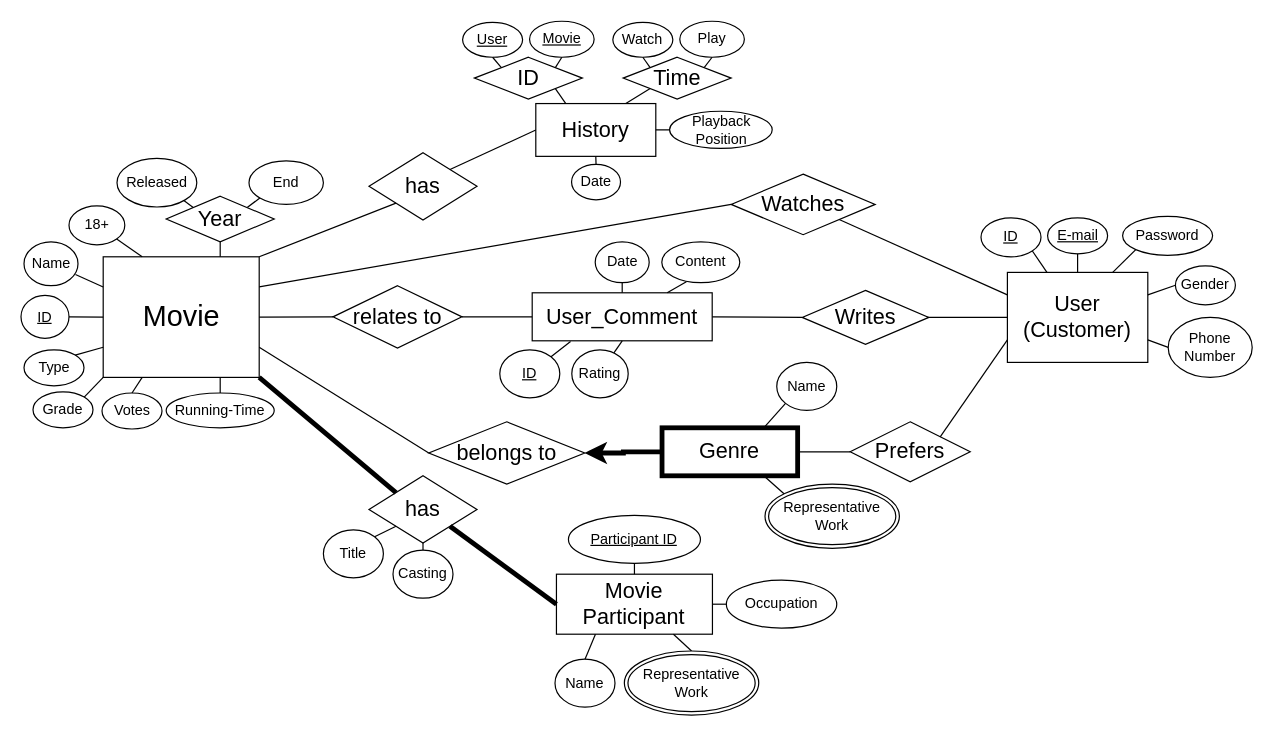
hjpark83/DBMS keeps this draw.io diagram as page "ER" (1 of 2) of Assignment1_ER_Modeling/Movie.drawio. Above is the earlier version. Source tidied: cells renumbered, new cells numbered last; positions are measured from the earlier drawing's top-left corner, leaving out a move shared by most shapes. Both pictures are drawn from the tidied source at 120%, with x=0, y=0 at pixel (20, 20).
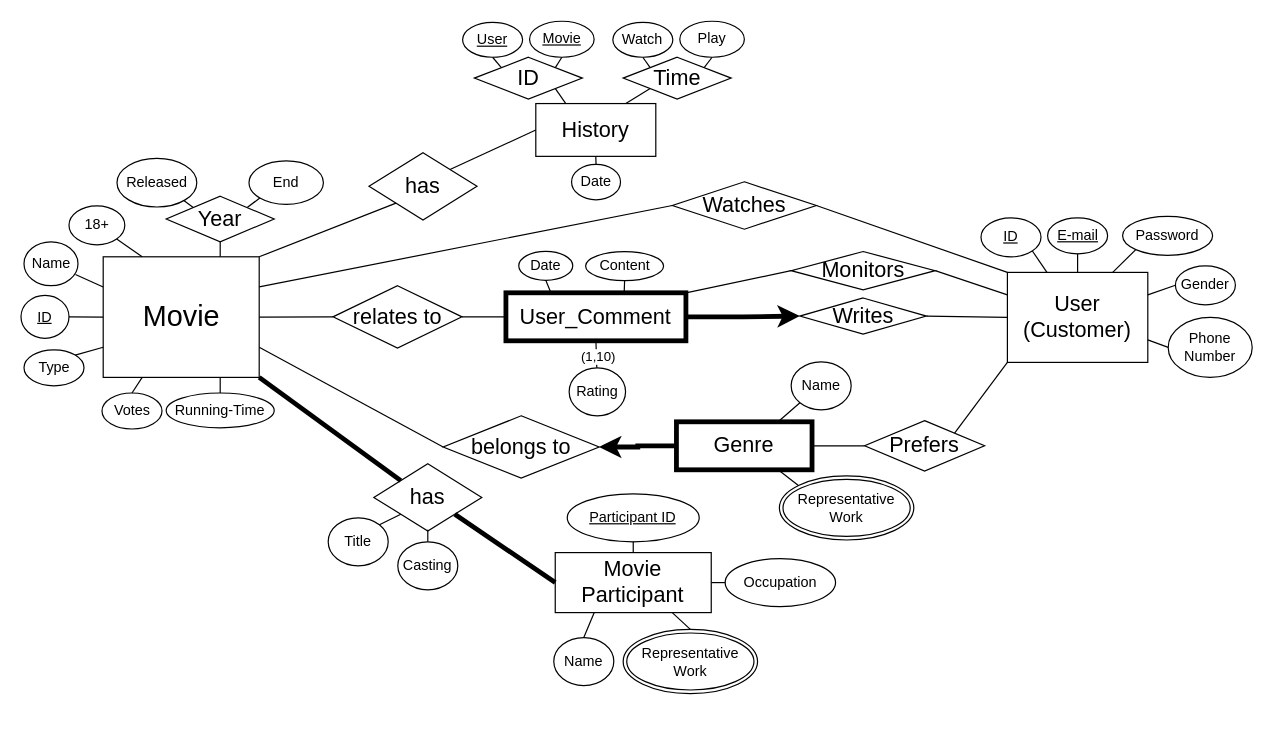
The same diagram, later.

Unchanged cells that the change refers to:
```xml
<mxCell id="4" value="&lt;span style=&quot;font-size: 18px;&quot;&gt;User&lt;br&gt;(Customer)&lt;/span&gt;" style="whiteSpace=wrap;html=1;align=center;rounded=0;" parent="1" vertex="1">
  <mxGeometry x="822" y="209.5" width="117" height="75" as="geometry" />
</mxCell>
<mxCell id="20" value="&lt;font style=&quot;font-size: 24px;&quot;&gt;Movie&lt;/font&gt;" style="whiteSpace=wrap;html=1;align=center;rounded=0;" parent="1" vertex="1">
  <mxGeometry x="68.5" y="196.5" width="130" height="100.5" as="geometry" />
</mxCell>
<mxCell id="35" style="endArrow=none;html=1;rounded=1;exitX=0.5;exitY=1;exitDx=0;exitDy=0;" parent="1" edge="1" source="22" target="23">
  <mxGeometry relative="1" as="geometry" />
</mxCell>
<mxCell id="51" value="&lt;font style=&quot;font-size: 18px;&quot;&gt;History&lt;/font&gt;" style="whiteSpace=wrap;html=1;align=center;rounded=0;" parent="1" vertex="1">
  <mxGeometry x="429" y="68.8" width="100" height="44" as="geometry" />
</mxCell>
```

Diff of the diagram source:
```diff
@@
-    <mxCell id="3" style="edgeStyle=orthogonalEdgeStyle;rounded=0;jettySize=auto;html=1;" parent="1" edge="1" source="4">
-      <mxGeometry relative="1" as="geometry">
-        <mxPoint x="727.5" y="247" as="targetPoint" />
-      </mxGeometry>
-    </mxCell>
@@
     <mxCell id="5" value="&lt;font style=&quot;font-size: 18px;&quot;&gt;Movie Participant&lt;/font&gt;" style="whiteSpace=wrap;html=1;align=center;rounded=0;" parent="1" vertex="1">
-      <mxGeometry x="446.2" y="461" width="130" height="50" as="geometry" />
+      <mxGeometry x="445.2" y="443" width="130" height="50" as="geometry" />
     </mxCell>
@@
     <mxCell id="21" value="&lt;font style=&quot;font-size: 18px;&quot;&gt;Prefers&lt;/font&gt;" style="shape=rhombus;perimeter=rhombusPerimeter;whiteSpace=wrap;html=1;align=center;rounded=0;" parent="1" vertex="1">
-      <mxGeometry x="691" y="334" width="100" height="50" as="geometry" />
+      <mxGeometry x="703" y="333" width="100" height="42" as="geometry" />
     </mxCell>
-    <mxCell id="22" value="&lt;font style=&quot;font-size: 18px;&quot;&gt;User_Comment&lt;/font&gt;" style="whiteSpace=wrap;html=1;align=center;rounded=0;glass=0;" parent="1" vertex="1">
-      <mxGeometry x="426" y="226.5" width="150" height="40" as="geometry" />
+    <mxCell id="22" value="&lt;font style=&quot;font-size: 18px;&quot;&gt;User_Comment&lt;/font&gt;" style="whiteSpace=wrap;html=1;align=center;rounded=0;glass=0;strokeWidth=4;" parent="1" vertex="1">
+      <mxGeometry x="404.1" y="226.5" width="150" height="40" as="geometry" />
     </mxCell>
     <mxCell id="23" value="Rating" style="ellipse;whiteSpace=wrap;html=1;align=center;rounded=1;" parent="1" vertex="1">
-      <mxGeometry x="459" y="274" width="47" height="40" as="geometry" />
+      <mxGeometry x="456.8" y="289" width="47" height="40" as="geometry" />
     </mxCell>
-    <mxCell id="24" value="&lt;u&gt;ID&lt;/u&gt;" style="ellipse;whiteSpace=wrap;html=1;align=center;rounded=1;" parent="1" vertex="1">
-      <mxGeometry x="399" y="274" width="50" height="40" as="geometry" />
-    </mxCell>
@@
     <mxCell id="32" value="Date" style="ellipse;whiteSpace=wrap;html=1;align=center;rounded=1;" parent="1" vertex="1">
-      <mxGeometry x="478.5" y="184" width="45" height="34.1" as="geometry" />
+      <mxGeometry x="414.8" y="192" width="45" height="24.1" as="geometry" />
     </mxCell>
     <mxCell id="33" value="Content" style="ellipse;whiteSpace=wrap;html=1;align=center;rounded=1;" parent="1" vertex="1">
-      <mxGeometry x="534" y="184" width="65" height="34.1" as="geometry" />
+      <mxGeometry x="470.5" y="192.2" width="65" height="24.1" as="geometry" />
     </mxCell>
-    <mxCell id="34" style="endArrow=none;html=1;rounded=1;entryX=1;entryY=0;entryDx=0;entryDy=0;exitX=0.213;exitY=1.013;exitDx=0;exitDy=0;exitPerimeter=0;" parent="1" edge="1" source="22" target="24">
-      <mxGeometry relative="1" as="geometry" />
-    </mxCell>
@@
+    <mxCell id="99" value="(1,10)" style="edgeLabel;html=1;align=center;verticalAlign=middle;" parent="35" vertex="1">
+      <mxGeometry x="-0.42" y="1" relative="1" as="geometry">
+        <mxPoint y="6" as="offset" />
+      </mxGeometry>
+    </mxCell>
-    <mxCell id="36" style="endArrow=none;html=1;rounded=1;exitX=0.5;exitY=0;exitDx=0;exitDy=0;entryX=0.5;entryY=1;entryDx=0;entryDy=0;" parent="1" edge="1" source="22" target="32">
+    <mxCell id="36" style="endArrow=none;html=1;rounded=1;exitX=0.25;exitY=0;exitDx=0;exitDy=0;entryX=0.5;entryY=1;entryDx=0;entryDy=0;" parent="1" edge="1" source="22" target="32">
       <mxGeometry relative="1" as="geometry" />
     </mxCell>
-    <mxCell id="37" style="endArrow=none;html=1;rounded=1;exitX=0.75;exitY=0;exitDx=0;exitDy=0;entryX=0.315;entryY=0.975;entryDx=0;entryDy=0;entryPerimeter=0;" parent="1" edge="1" source="22" target="33">
+    <mxCell id="37" style="endArrow=none;html=1;rounded=1;exitX=0.657;exitY=0.003;exitDx=0;exitDy=0;entryX=0.5;entryY=1;entryDx=0;entryDy=0;exitPerimeter=0;" parent="1" edge="1" source="22" target="33">
       <mxGeometry relative="1" as="geometry" />
     </mxCell>
     <mxCell id="38" value="&lt;font style=&quot;font-size: 18px;&quot;&gt;Writes&lt;/font&gt;" style="shape=rhombus;perimeter=rhombusPerimeter;whiteSpace=wrap;html=1;align=center;rounded=0;" parent="1" vertex="1">
-      <mxGeometry x="651" y="224.5" width="105.5" height="45" as="geometry" />
+      <mxGeometry x="649" y="230.8" width="105.5" height="30.2" as="geometry" />
     </mxCell>
@@
     <mxCell id="40" value="Name" style="ellipse;whiteSpace=wrap;html=1;align=center;rounded=1;" parent="1" vertex="1">
-      <mxGeometry x="445" y="531.8" width="50" height="40" as="geometry" />
+      <mxGeometry x="444" y="513.8" width="50" height="40" as="geometry" />
     </mxCell>
     <mxCell id="41" value="Occupation" style="ellipse;whiteSpace=wrap;html=1;align=center;rounded=1;" parent="1" vertex="1">
-      <mxGeometry x="587.8" y="466" width="92" height="40" as="geometry" />
+      <mxGeometry x="586.8" y="448" width="92" height="40" as="geometry" />
     </mxCell>
     <mxCell id="42" value="&lt;u&gt;Participant ID&lt;/u&gt;" style="ellipse;whiteSpace=wrap;html=1;align=center;rounded=1;" parent="1" vertex="1">
-      <mxGeometry x="456.2" y="412" width="110" height="40" as="geometry" />
+      <mxGeometry x="455.2" y="394" width="110" height="40" as="geometry" />
     </mxCell>
@@
     <mxCell id="50" value="&lt;font style=&quot;font-size: 18px;&quot;&gt;Genre&lt;/font&gt;" style="whiteSpace=wrap;html=1;align=center;rounded=0;strokeWidth=4;" parent="1" vertex="1">
-      <mxGeometry x="534.2" y="339" width="113" height="40" as="geometry" />
+      <mxGeometry x="546.2" y="334" width="113" height="40" as="geometry" />
     </mxCell>
@@
     <mxCell id="52" value="&lt;font style=&quot;font-size: 18px;&quot;&gt;Watches&lt;/font&gt;" style="shape=rhombus;perimeter=rhombusPerimeter;whiteSpace=wrap;html=1;align=center;rounded=0;" parent="1" vertex="1">
-      <mxGeometry x="591.8" y="127.6" width="120" height="50.5" as="geometry" />
+      <mxGeometry x="542.8" y="134" width="120" height="39.5" as="geometry" />
     </mxCell>
     <mxCell id="53" value="Name" style="ellipse;whiteSpace=wrap;html=1;align=center;rounded=1;" parent="1" vertex="1">
-      <mxGeometry x="629.8" y="284.5" width="50" height="40" as="geometry" />
+      <mxGeometry x="641.8" y="284" width="50" height="40" as="geometry" />
     </mxCell>
     <mxCell id="54" value="&lt;font style=&quot;font-size: 18px;&quot;&gt;has&lt;/font&gt;" style="shape=rhombus;perimeter=rhombusPerimeter;whiteSpace=wrap;html=1;align=center;rounded=0;" parent="1" vertex="1">
-      <mxGeometry x="290" y="379" width="90" height="56" as="geometry" />
+      <mxGeometry x="294" y="369" width="90" height="56" as="geometry" />
     </mxCell>
@@
-    <mxCell id="62" value="Playback&lt;br&gt;Position" style="ellipse;whiteSpace=wrap;html=1;align=center;rounded=1;" parent="1" vertex="1">
-      <mxGeometry x="540.5" y="75.2" width="85.5" height="31" as="geometry" />
-    </mxCell>
-    <mxCell id="63" style="endArrow=none;html=1;rounded=1;entryX=1;entryY=0.5;entryDx=0;entryDy=0;exitX=0;exitY=0.5;exitDx=0;exitDy=0;" parent="1" edge="1" source="62" target="51">
-      <mxGeometry relative="1" as="geometry" />
-    </mxCell>
@@
     <mxCell id="69" value="&lt;span style=&quot;font-size: 18px;&quot;&gt;belongs to&lt;/span&gt;" style="shape=rhombus;perimeter=rhombusPerimeter;whiteSpace=wrap;html=1;align=center;rounded=0;" parent="1" vertex="1">
-      <mxGeometry x="339.8" y="334" width="130" height="51.9" as="geometry" />
+      <mxGeometry x="351.8" y="329" width="130" height="51.9" as="geometry" />
     </mxCell>
@@
-    <mxCell id="76" style="endArrow=none;html=1;rounded=1;entryX=1;entryY=0;entryDx=0;entryDy=0;exitX=0;exitY=0.75;exitDx=0;exitDy=0;" parent="1" edge="1" source="4" target="21">
+    <mxCell id="76" style="endArrow=none;html=1;rounded=1;entryX=1;entryY=0;entryDx=0;entryDy=0;exitX=0;exitY=1;exitDx=0;exitDy=0;" parent="1" edge="1" source="4" target="21">
       <mxGeometry relative="1" as="geometry" />
     </mxCell>
-    <mxCell id="77" style="endArrow=none;html=1;rounded=1;entryX=1;entryY=0.5;entryDx=0;entryDy=0;exitX=0;exitY=0.5;exitDx=0;exitDy=0;" parent="1" edge="1" source="38" target="22">
-      <mxGeometry relative="1" as="geometry" />
-    </mxCell>
-    <mxCell id="78" style="endArrow=none;html=1;rounded=1;exitX=0;exitY=0.25;exitDx=0;exitDy=0;entryX=1;entryY=1;entryDx=0;entryDy=0;strokeWidth=1;flowAnimation=0;" parent="1" edge="1" source="4" target="52">
+    <mxCell id="78" style="endArrow=none;html=1;rounded=1;exitX=0;exitY=0;exitDx=0;exitDy=0;entryX=1;entryY=0.5;entryDx=0;entryDy=0;strokeWidth=1;flowAnimation=0;" parent="1" edge="1" source="4" target="52">
       <mxGeometry relative="1" as="geometry" />
     </mxCell>
@@
-    <mxCell id="82" value="Grade" style="ellipse;whiteSpace=wrap;html=1;align=center;rounded=1;" parent="1" vertex="1">
-      <mxGeometry x="10" y="309" width="50" height="30" as="geometry" />
-    </mxCell>
@@
-    <mxCell id="84" style="endArrow=none;html=1;rounded=1;entryX=1;entryY=0;entryDx=0;entryDy=0;exitX=0;exitY=1;exitDx=0;exitDy=0;" parent="1" edge="1" source="20" target="82">
-      <mxGeometry relative="1" as="geometry" />
-    </mxCell>
@@
     <mxCell id="86" value="Title" style="ellipse;whiteSpace=wrap;html=1;align=center;rounded=1;" parent="1" vertex="1">
-      <mxGeometry x="252" y="424" width="50" height="40" as="geometry" />
+      <mxGeometry x="256" y="414" width="50" height="40" as="geometry" />
     </mxCell>
     <mxCell id="87" value="Casting" style="ellipse;whiteSpace=wrap;html=1;align=center;rounded=1;" parent="1" vertex="1">
-      <mxGeometry x="310" y="441" width="50" height="40" as="geometry" />
+      <mxGeometry x="314" y="434" width="50" height="40" as="geometry" />
     </mxCell>
@@
-    <mxCell id="89" style="endArrow=none;html=1;rounded=1;exitX=0.5;exitY=1;exitDx=0;exitDy=0;entryX=0.5;entryY=0;entryDx=0;entryDy=0;" parent="1" edge="1" source="54" target="87">
-      <mxGeometry relative="1" as="geometry" />
+    <mxCell id="89" style="endArrow=none;html=1;rounded=1;entryX=0.5;entryY=0;entryDx=0;entryDy=0;" parent="1" edge="1" target="87">
+      <mxGeometry relative="1" as="geometry">
+        <mxPoint x="339" y="424" as="sourcePoint" />
+      </mxGeometry>
     </mxCell>
     <mxCell id="90" value="Representative&lt;br&gt;Work" style="ellipse;shape=doubleEllipse;margin=3;whiteSpace=wrap;html=1;align=center;" parent="1" vertex="1">
-      <mxGeometry x="502.8" y="525" width="112" height="53.5" as="geometry" />
+      <mxGeometry x="501.8" y="507" width="112" height="53.5" as="geometry" />
     </mxCell>
     <mxCell id="91" value="Representative&lt;br&gt;Work" style="ellipse;shape=doubleEllipse;margin=3;whiteSpace=wrap;html=1;align=center;" parent="1" vertex="1">
-      <mxGeometry x="620" y="385.9" width="112" height="53.5" as="geometry" />
+      <mxGeometry x="632" y="379" width="112" height="53.5" as="geometry" />
     </mxCell>
@@
+    <mxCell id="100" style="edgeStyle=orthogonalEdgeStyle;rounded=0;jettySize=auto;html=1;strokeWidth=4;exitX=1;exitY=0.5;exitDx=0;exitDy=0;entryX=0;entryY=0.5;entryDx=0;entryDy=0;" parent="1" edge="1" source="22" target="38">
+      <mxGeometry relative="1" as="geometry" />
+    </mxCell>
+    <mxCell id="101" value="&lt;font style=&quot;font-size: 18px;&quot;&gt;Monitors&lt;/font&gt;" style="shape=rhombus;perimeter=rhombusPerimeter;whiteSpace=wrap;html=1;align=center;rounded=0;" parent="1" vertex="1">
+      <mxGeometry x="641.8" y="192.1" width="120" height="31.9" as="geometry" />
+    </mxCell>
+    <mxCell id="102" style="endArrow=none;html=1;rounded=1;exitX=0;exitY=0.25;exitDx=0;exitDy=0;entryX=1;entryY=0.5;entryDx=0;entryDy=0;strokeWidth=1;flowAnimation=0;" parent="1" edge="1" source="4" target="101">
+      <mxGeometry relative="1" as="geometry" />
+    </mxCell>
+    <mxCell id="103" style="endArrow=none;html=1;rounded=1;entryX=1;entryY=0.5;entryDx=0;entryDy=0;exitX=0;exitY=0.5;exitDx=0;exitDy=0;" parent="1" edge="1" source="4" target="38">
+      <mxGeometry relative="1" as="geometry" />
+    </mxCell>
+    <mxCell id="104" style="endArrow=none;html=1;rounded=1;exitX=0;exitY=0.5;exitDx=0;exitDy=0;entryX=1;entryY=0;entryDx=0;entryDy=0;strokeWidth=1;flowAnimation=0;" parent="1" edge="1" source="101" target="22">
+      <mxGeometry relative="1" as="geometry" />
+    </mxCell>
```
